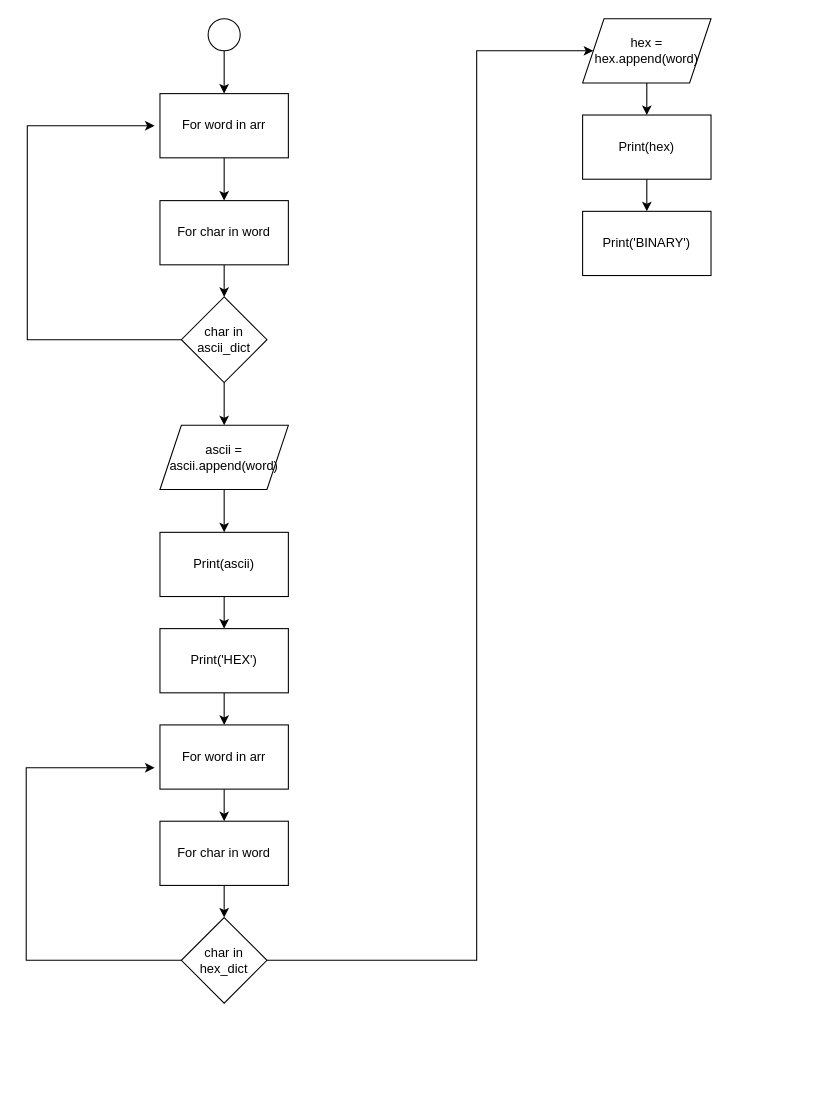
Earlier version of the draw.io diagram page "Page-2" (2 of 2) of AFL1_arsiskom.drawio (1nnocentia/Flowchart). Source tidied: cells renumbered, new cells numbered last; positions are measured from the earlier drawing's top-left corner, leaving out a move shared by most shapes. Both pictures are drawn from the tidied source at 107%, with x=0, y=0 at pixel (26, 18).
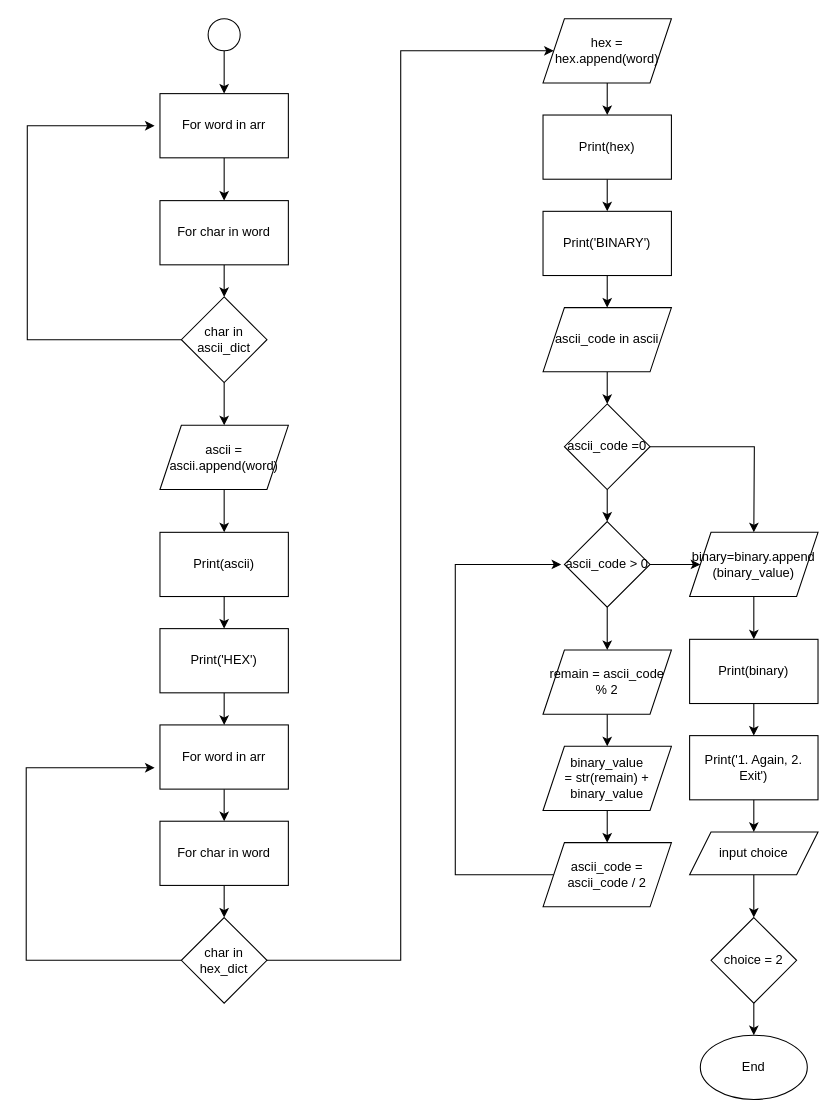
The same diagram, later.

Unchanged cells that the change refers to:
```xml
<mxCell id="23" value="char in hex_dict" style="rhombus;whiteSpace=wrap;html=1;" parent="1" vertex="1">
  <mxGeometry x="145" y="840" width="80" height="80" as="geometry" />
</mxCell>
```

What changed in the source:
```diff
@@
     <mxCell id="22" style="edgeStyle=orthogonalEdgeStyle;rounded=0;jettySize=auto;html=1;" parent="1" edge="1" source="23" target="25">
       <mxGeometry relative="1" as="geometry">
         <Array as="points">
-          <mxPoint x="421" y="880" />
-          <mxPoint x="421" y="30" />
+          <mxPoint x="350" y="880" />
+          <mxPoint x="350" y="30" />
         </Array>
       </mxGeometry>
     </mxCell>
@@
     <mxCell id="25" value="hex = hex.append(word)" style="shape=parallelogram;perimeter=parallelogramPerimeter;whiteSpace=wrap;html=1;fixedSize=1;" parent="1" vertex="1">
-      <mxGeometry x="520" width="120" height="60" as="geometry" />
+      <mxGeometry x="483" width="120" height="60" as="geometry" />
     </mxCell>
+    <mxCell id="29" style="edgeStyle=orthogonalEdgeStyle;rounded=0;jettySize=auto;html=1;" parent="1" edge="1" source="26" target="31">
+      <mxGeometry relative="1" as="geometry" />
+    </mxCell>
     <mxCell id="26" value="Print('BINARY')" style="rounded=0;whiteSpace=wrap;html=1;" parent="1" vertex="1">
-      <mxGeometry x="520" y="180" width="120" height="60" as="geometry" />
+      <mxGeometry x="483" y="180" width="120" height="60" as="geometry" />
     </mxCell>
@@
     <mxCell id="28" value="Print(hex)" style="rounded=0;whiteSpace=wrap;html=1;" parent="1" vertex="1">
-      <mxGeometry x="520" y="90" width="120" height="60" as="geometry" />
+      <mxGeometry x="483" y="90" width="120" height="60" as="geometry" />
     </mxCell>
+    <mxCell id="30" style="edgeStyle=orthogonalEdgeStyle;rounded=0;jettySize=auto;html=1;" parent="1" edge="1" source="31" target="34">
+      <mxGeometry relative="1" as="geometry" />
+    </mxCell>
+    <mxCell id="31" value="ascii_code in ascii" style="shape=parallelogram;perimeter=parallelogramPerimeter;whiteSpace=wrap;html=1;fixedSize=1;" parent="1" vertex="1">
+      <mxGeometry x="483" y="270" width="120" height="60" as="geometry" />
+    </mxCell>
+    <mxCell id="32" style="edgeStyle=orthogonalEdgeStyle;rounded=0;jettySize=auto;html=1;" parent="1" edge="1" source="34" target="37">
+      <mxGeometry relative="1" as="geometry" />
+    </mxCell>
+    <mxCell id="33" style="edgeStyle=orthogonalEdgeStyle;rounded=0;jettySize=auto;html=1;" parent="1" edge="1" source="34">
+      <mxGeometry relative="1" as="geometry">
+        <mxPoint x="680" y="480" as="targetPoint" />
+      </mxGeometry>
+    </mxCell>
+    <mxCell id="34" value="ascii_code =0" style="rhombus;whiteSpace=wrap;html=1;" parent="1" vertex="1">
+      <mxGeometry x="503" y="360" width="80" height="80" as="geometry" />
+    </mxCell>
+    <mxCell id="35" style="edgeStyle=orthogonalEdgeStyle;rounded=0;jettySize=auto;html=1;" parent="1" edge="1" source="37" target="39">
+      <mxGeometry relative="1" as="geometry" />
+    </mxCell>
+    <mxCell id="36" style="edgeStyle=orthogonalEdgeStyle;rounded=0;jettySize=auto;html=1;" parent="1" edge="1" source="37" target="45">
+      <mxGeometry relative="1" as="geometry" />
+    </mxCell>
+    <mxCell id="37" value="ascii_code &amp;gt; 0" style="rhombus;whiteSpace=wrap;html=1;" parent="1" vertex="1">
+      <mxGeometry x="503" y="470" width="80" height="80" as="geometry" />
+    </mxCell>
+    <mxCell id="38" style="edgeStyle=orthogonalEdgeStyle;rounded=0;jettySize=auto;html=1;" parent="1" edge="1" source="39" target="41">
+      <mxGeometry relative="1" as="geometry" />
+    </mxCell>
+    <mxCell id="39" value="remain = ascii_code % 2" style="shape=parallelogram;perimeter=parallelogramPerimeter;whiteSpace=wrap;html=1;fixedSize=1;" parent="1" vertex="1">
+      <mxGeometry x="483" y="590" width="120" height="60" as="geometry" />
+    </mxCell>
+    <mxCell id="40" style="edgeStyle=orthogonalEdgeStyle;rounded=0;jettySize=auto;html=1;" parent="1" edge="1" source="41" target="43">
+      <mxGeometry relative="1" as="geometry" />
+    </mxCell>
+    <mxCell id="41" value="binary_value =&amp;nbsp;str(remain) + binary_value" style="shape=parallelogram;perimeter=parallelogramPerimeter;whiteSpace=wrap;html=1;fixedSize=1;" parent="1" vertex="1">
+      <mxGeometry x="483" y="680" width="120" height="60" as="geometry" />
+    </mxCell>
+    <mxCell id="42" style="edgeStyle=orthogonalEdgeStyle;rounded=0;jettySize=auto;html=1;" parent="1" edge="1" source="43">
+      <mxGeometry relative="1" as="geometry">
+        <mxPoint x="500" y="510" as="targetPoint" />
+        <Array as="points">
+          <mxPoint x="401" y="800" />
+          <mxPoint x="401" y="510" />
+        </Array>
+      </mxGeometry>
+    </mxCell>
+    <mxCell id="43" value="ascii_code = ascii_code / 2" style="shape=parallelogram;perimeter=parallelogramPerimeter;whiteSpace=wrap;html=1;fixedSize=1;" parent="1" vertex="1">
+      <mxGeometry x="483" y="770" width="120" height="60" as="geometry" />
+    </mxCell>
+    <mxCell id="44" style="edgeStyle=orthogonalEdgeStyle;rounded=0;jettySize=auto;html=1;" parent="1" edge="1" source="45" target="47">
+      <mxGeometry relative="1" as="geometry" />
+    </mxCell>
+    <mxCell id="45" value="binary=binary.append&lt;div&gt;(binary_value)&lt;/div&gt;" style="shape=parallelogram;perimeter=parallelogramPerimeter;whiteSpace=wrap;html=1;fixedSize=1;" parent="1" vertex="1">
+      <mxGeometry x="620" y="480" width="120" height="60" as="geometry" />
+    </mxCell>
+    <mxCell id="46" style="edgeStyle=orthogonalEdgeStyle;rounded=0;jettySize=auto;html=1;" parent="1" edge="1" source="47" target="49">
+      <mxGeometry relative="1" as="geometry" />
+    </mxCell>
+    <mxCell id="47" value="Print(binary)" style="rounded=0;whiteSpace=wrap;html=1;" parent="1" vertex="1">
+      <mxGeometry x="620" y="580" width="120" height="60" as="geometry" />
+    </mxCell>
+    <mxCell id="48" style="edgeStyle=orthogonalEdgeStyle;rounded=0;jettySize=auto;html=1;" parent="1" edge="1" source="49" target="51">
+      <mxGeometry relative="1" as="geometry" />
+    </mxCell>
+    <mxCell id="49" value="Print('1. Again, 2. Exit')" style="rounded=0;whiteSpace=wrap;html=1;" parent="1" vertex="1">
+      <mxGeometry x="620" y="670" width="120" height="60" as="geometry" />
+    </mxCell>
+    <mxCell id="50" style="edgeStyle=orthogonalEdgeStyle;rounded=0;jettySize=auto;html=1;" parent="1" edge="1" source="51" target="53">
+      <mxGeometry relative="1" as="geometry" />
+    </mxCell>
+    <mxCell id="51" value="input choice" style="shape=parallelogram;perimeter=parallelogramPerimeter;whiteSpace=wrap;html=1;fixedSize=1;" parent="1" vertex="1">
+      <mxGeometry x="620" y="760" width="120" height="40" as="geometry" />
+    </mxCell>
+    <mxCell id="52" style="edgeStyle=orthogonalEdgeStyle;rounded=0;jettySize=auto;html=1;" parent="1" edge="1" source="53" target="54">
+      <mxGeometry relative="1" as="geometry" />
+    </mxCell>
+    <mxCell id="53" value="choice = 2" style="rhombus;whiteSpace=wrap;html=1;" parent="1" vertex="1">
+      <mxGeometry x="640" y="840" width="80" height="80" as="geometry" />
+    </mxCell>
+    <mxCell id="54" value="End" style="ellipse;whiteSpace=wrap;html=1;" parent="1" vertex="1">
+      <mxGeometry x="630" y="950" width="100" height="60" as="geometry" />
+    </mxCell>
```
